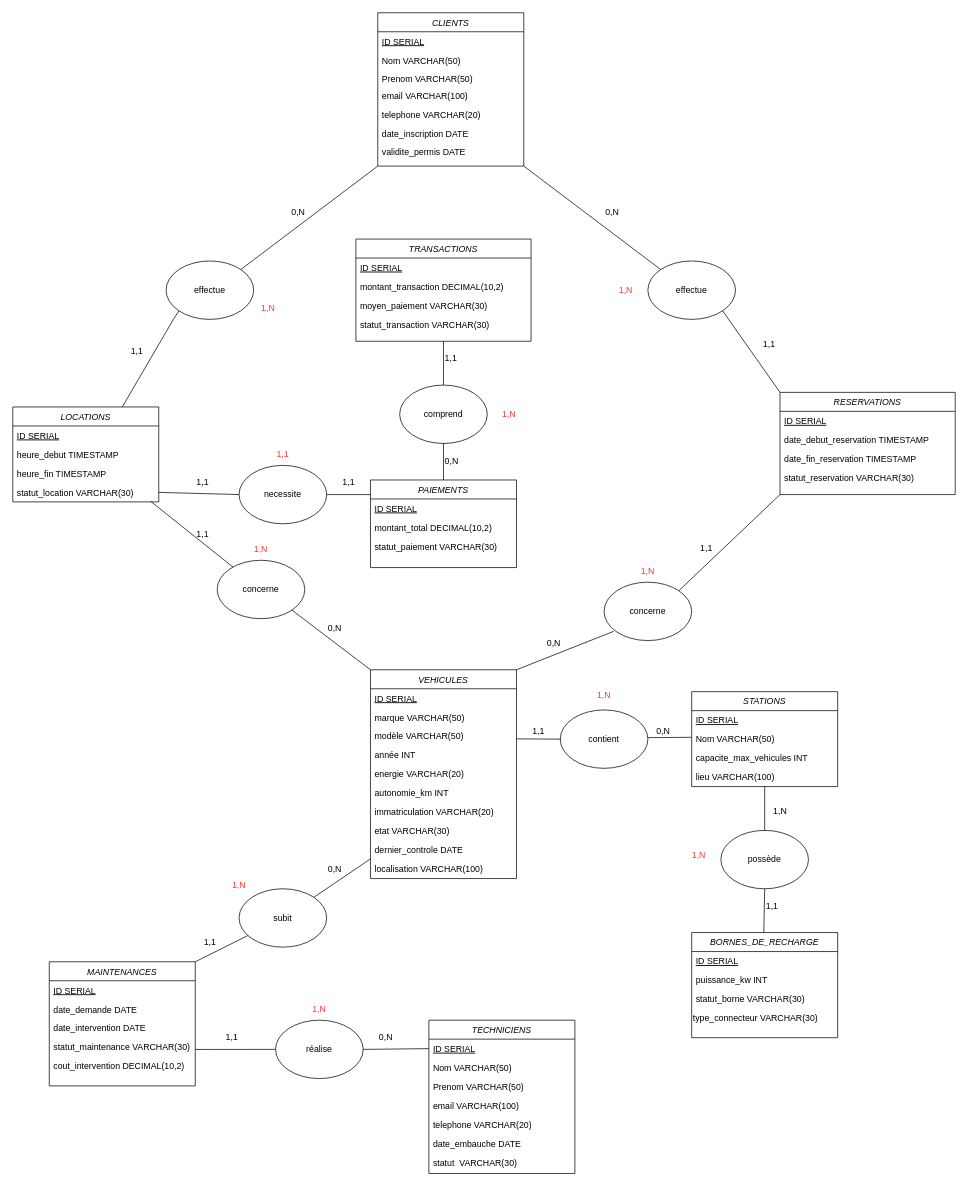
This is MCD.drawio from Thomrib1/Projet_SQL_B2, a draw.io file, before an edit. Source tidied: cells renumbered, new cells numbered last; positions are measured from the earlier drawing's top-left corner, leaving out a move shared by most shapes. Both pictures are drawn from the tidied source at 73%, with x=0, y=0 at pixel (12, 12).
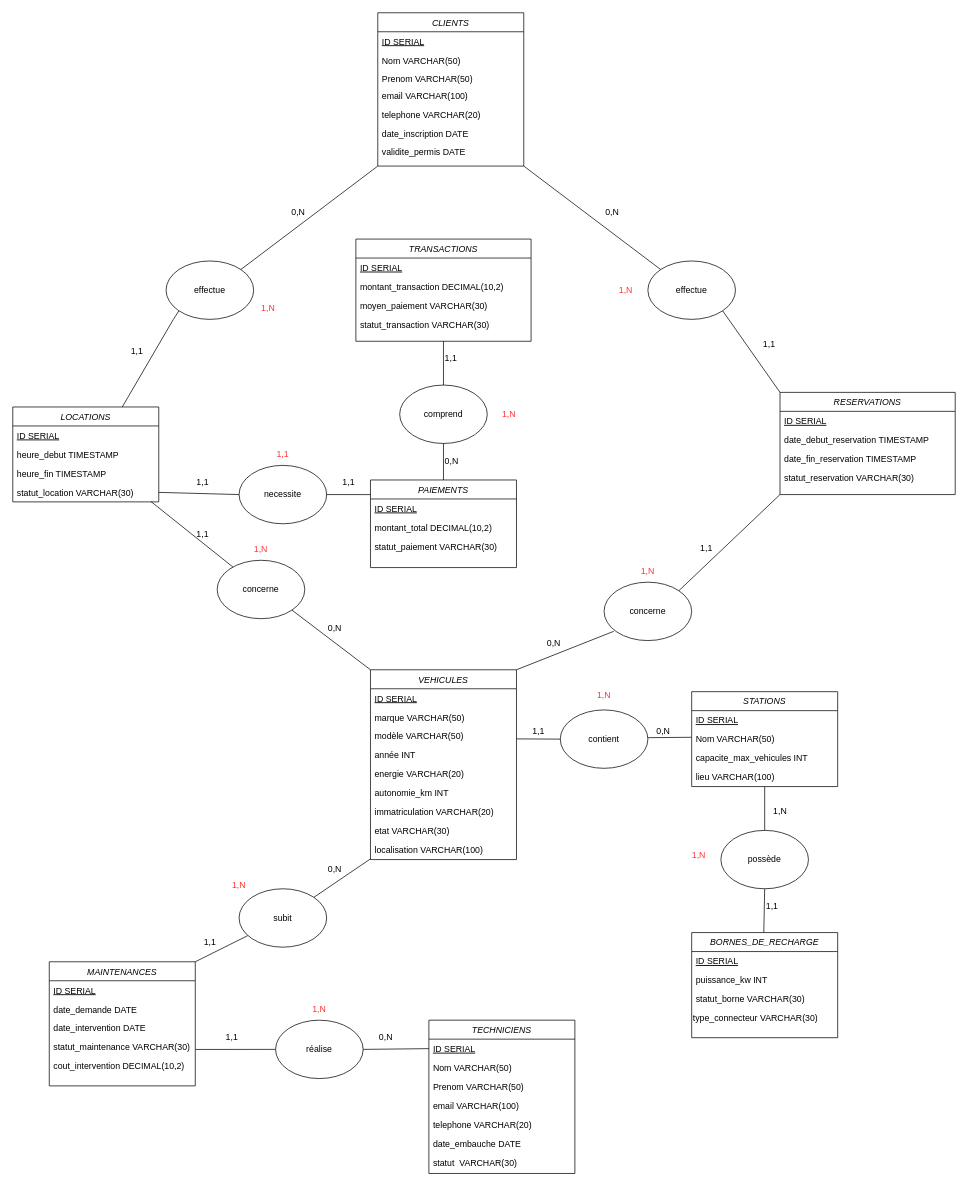
The same diagram, later.

Commit message (it also covers changes not shown here):
sup dernier controle

The change refers to these unchanged cells:
```xml
<mxCell id="71" value="subit" style="ellipse;whiteSpace=wrap;html=1;" parent="1" vertex="1">
  <mxGeometry x="310" y="1200" width="120" height="80" as="geometry" />
</mxCell>
```

Change to the diagram source:
```diff
@@
     <mxCell id="2" value="VEHICULES" style="swimlane;fontStyle=2;align=center;verticalAlign=top;horizontal=1;startSize=26;rounded=0;shadow=0;strokeWidth=1;" parent="1" vertex="1">
-      <mxGeometry x="490" y="900" width="200" height="286" as="geometry" />
+      <mxGeometry x="490" y="900" width="200" height="260" as="geometry" />
     </mxCell>
@@
-    <mxCell id="11" value="dernier_controle DATE" style="text;align=left;verticalAlign=top;spacingLeft=4;spacingRight=4;overflow=hidden;points=[[0,0.5],[1,0.5]];portConstraint=eastwest;rounded=0;shadow=0;html=0;" parent="2" vertex="1">
-      <mxGeometry y="234" width="200" height="26" as="geometry" />
-    </mxCell>
     <mxCell id="12" value="localisation VARCHAR(100)" style="text;align=left;verticalAlign=top;spacingLeft=4;spacingRight=4;overflow=hidden;rounded=0;shadow=0;html=0;" parent="2" vertex="1">
-      <mxGeometry y="260" width="200" height="26" as="geometry" />
+      <mxGeometry y="234" width="200" height="26" as="geometry" />
     </mxCell>
@@
-    <mxCell id="86" style="endArrow=none;html=1;rounded=0;exitX=1;exitY=0;exitDx=0;exitDy=0;entryX=0.002;entryY=0.953;entryDx=0;entryDy=0;entryPerimeter=0;" parent="1" edge="1" source="71" target="11">
-      <mxGeometry relative="1" as="geometry" />
+    <mxCell id="86" style="endArrow=none;html=1;rounded=0;exitX=1;exitY=0;exitDx=0;exitDy=0;entryX=0.002;entryY=0.953;entryDx=0;entryDy=0;entryPerimeter=0;" parent="1" edge="1" source="71">
+      <mxGeometry relative="1" as="geometry">
+        <mxPoint x="490.4" y="1158.8" as="targetPoint" />
+      </mxGeometry>
     </mxCell>
```
